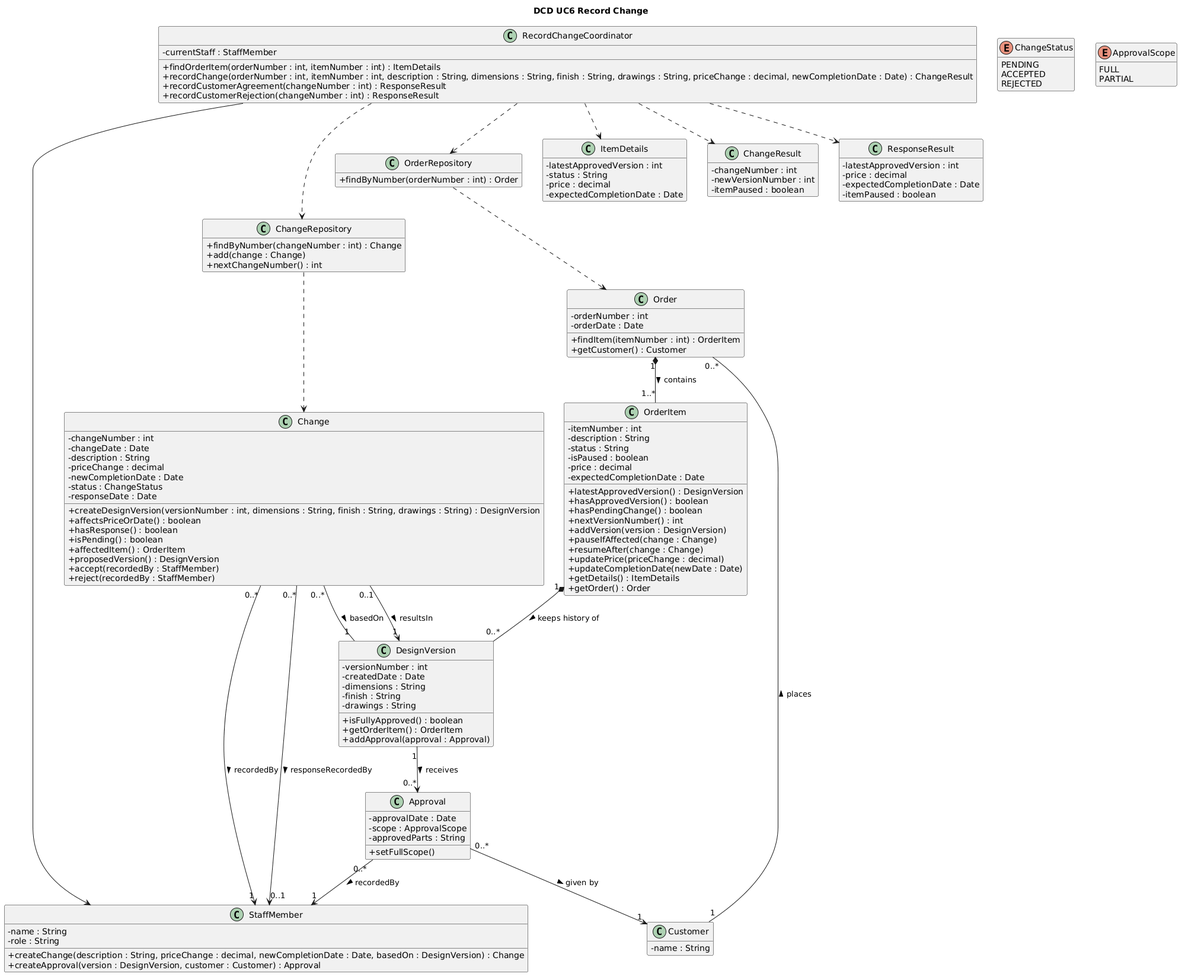
Before: dcd-uc6-record-change.png, a diagram exported from PlantUML (Ahmad-1031/OOAD_CA2).
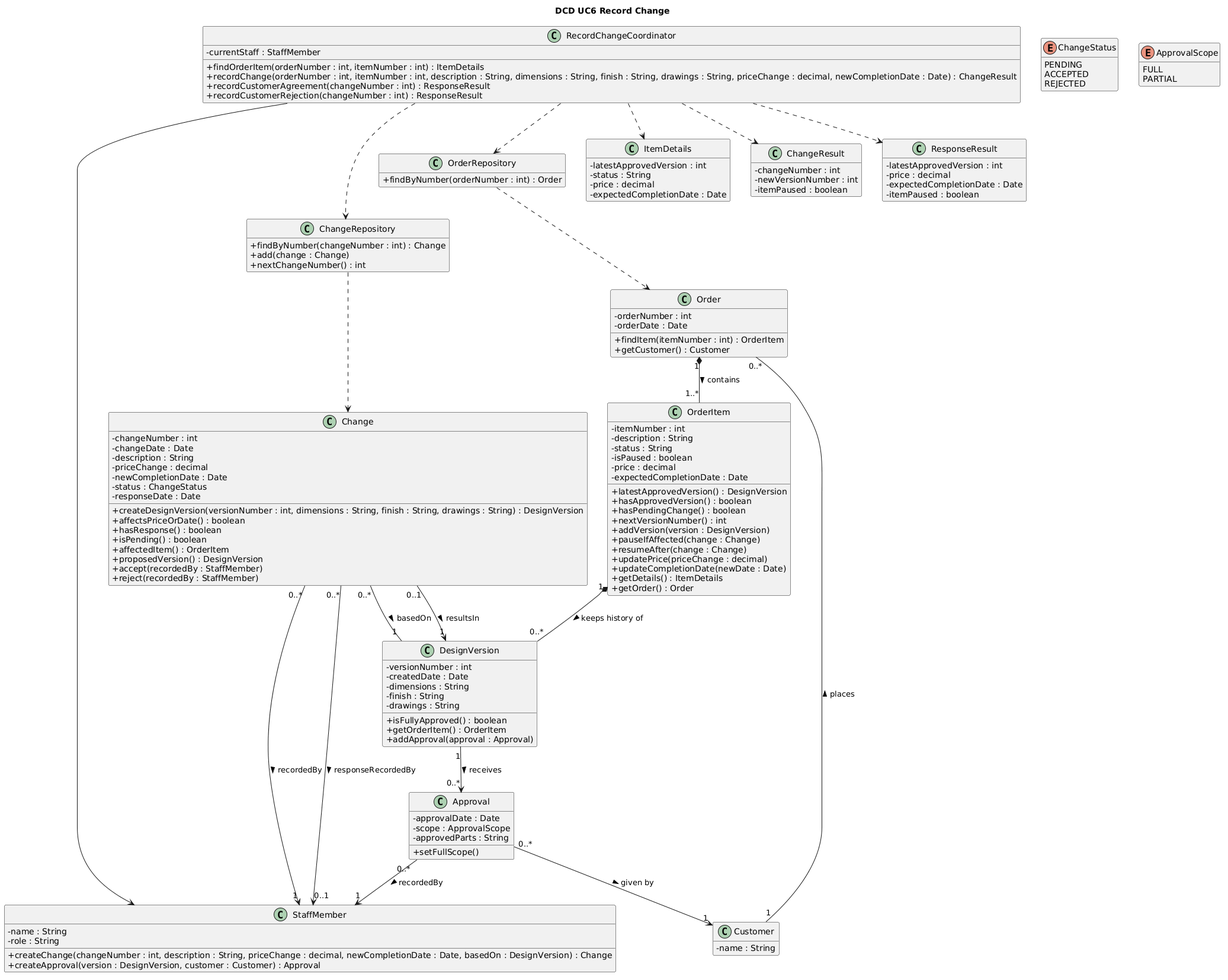
After the commit.

Change to the diagram source:
```diff
@@ -87,7 +87,7 @@
 class StaffMember {
   - name : String
   - role : String
-  + createChange(description : String, priceChange : decimal, newCompletionDate : Date, basedOn : DesignVersion) : Change
+  + createChange(changeNumber : int, description : String, priceChange : decimal, newCompletionDate : Date, basedOn : DesignVersion) : Change
   + createApproval(version : DesignVersion, customer : Customer) : Approval
 }
 
```
